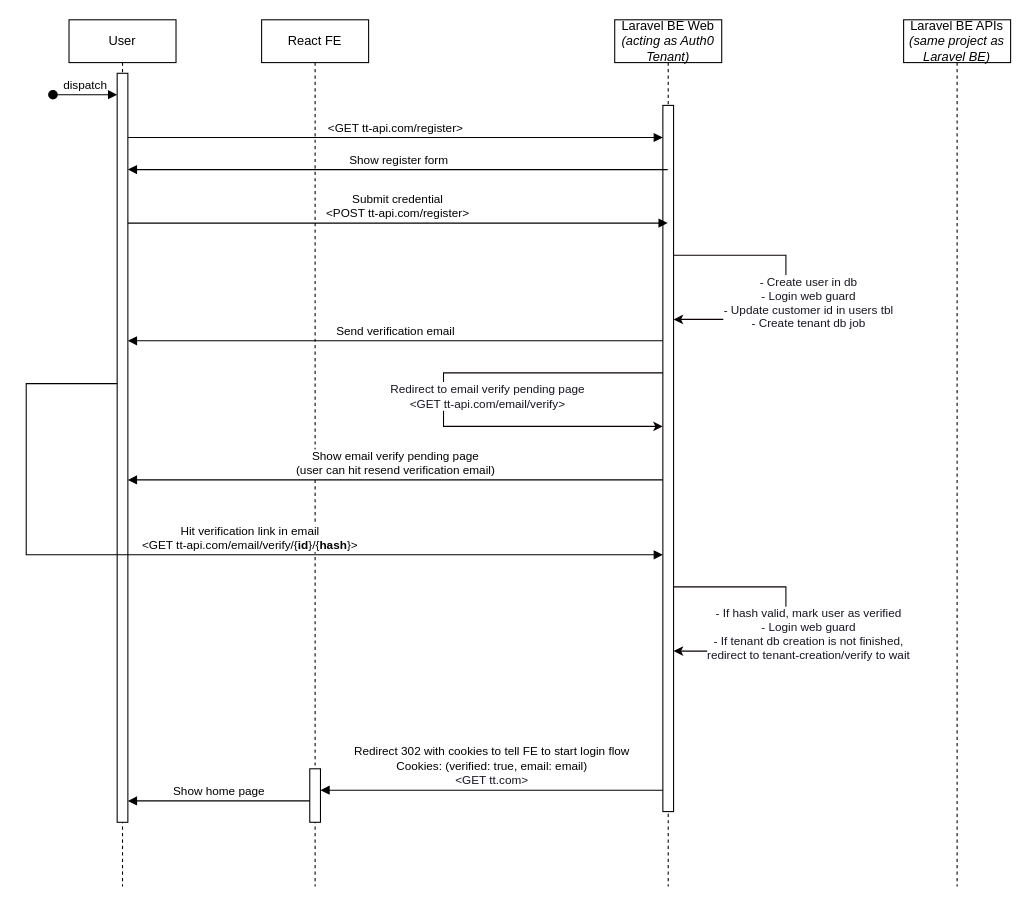
socrec/restauai-thesis-paper keeps this draw.io diagram as TT Registration Flow.drawio. Above is the earlier version. Source tidied: cells renumbered, new cells numbered last; positions are measured from the earlier drawing's top-left corner, leaving out a move shared by most shapes. Both pictures are drawn from the tidied source at 107%, with x=0, y=0 at pixel (26, 19).
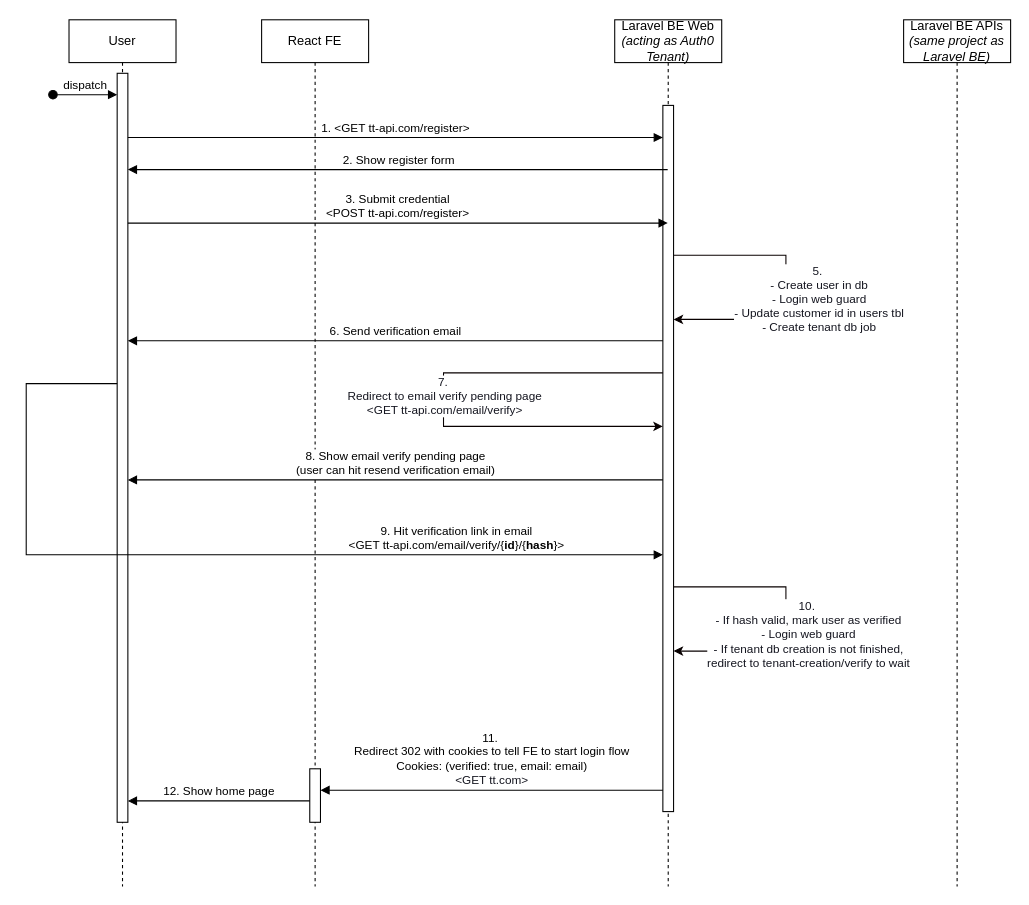
Above is the later version.

Unchanged cells that the change refers to:
```xml
<mxCell id="3" style="html=1;points=[];perimeter=orthogonalPerimeter;outlineConnect=0;targetShapes=umlLifeline;portConstraint=eastwest;newEdgeStyle={&quot;edgeStyle&quot;:&quot;elbowEdgeStyle&quot;,&quot;elbow&quot;:&quot;vertical&quot;,&quot;curved&quot;:0,&quot;rounded&quot;:0};" parent="2" vertex="1">
  <mxGeometry x="45" y="50" width="10" height="700" as="geometry" />
</mxCell>
<mxCell id="6" style="html=1;points=[];perimeter=orthogonalPerimeter;outlineConnect=0;targetShapes=umlLifeline;portConstraint=eastwest;newEdgeStyle={&quot;edgeStyle&quot;:&quot;elbowEdgeStyle&quot;,&quot;elbow&quot;:&quot;vertical&quot;,&quot;curved&quot;:0,&quot;rounded&quot;:0};" parent="5" vertex="1">
  <mxGeometry x="45" y="700" width="10" height="50" as="geometry" />
</mxCell>
<mxCell id="7" value="Laravel BE Web&lt;br&gt;&lt;i&gt;(acting as Auth0 Tenant)&lt;/i&gt;" style="shape=umlLifeline;perimeter=lifelinePerimeter;whiteSpace=wrap;html=1;outlineConnect=0;portConstraint=eastwest;newEdgeStyle={&quot;edgeStyle&quot;:&quot;elbowEdgeStyle&quot;,&quot;elbow&quot;:&quot;vertical&quot;,&quot;curved&quot;:0,&quot;rounded&quot;:0};" parent="1" vertex="1">
  <mxGeometry x="550" width="100" height="810" as="geometry" />
</mxCell>
<mxCell id="8" style="html=1;points=[];perimeter=orthogonalPerimeter;outlineConnect=0;targetShapes=umlLifeline;portConstraint=eastwest;newEdgeStyle={&quot;edgeStyle&quot;:&quot;elbowEdgeStyle&quot;,&quot;elbow&quot;:&quot;vertical&quot;,&quot;curved&quot;:0,&quot;rounded&quot;:0};" parent="7" vertex="1">
  <mxGeometry x="45" y="80" width="10" height="660" as="geometry" />
</mxCell>
<mxCell id="9" style="endArrow=classic;html=1;rounded=0;strokeColor=#080000;fontColor=#393C56;fillColor=#F2CC8F;startSize=6;" parent="7" edge="1" source="8" target="8">
  <mxGeometry relative="1" as="geometry">
    <Array as="points">
      <mxPoint x="160" y="220" />
      <mxPoint x="160" y="280" />
    </Array>
  </mxGeometry>
</mxCell>
<mxCell id="11" style="endArrow=classic;html=1;rounded=0;strokeColor=#080000;fontColor=#393C56;fillColor=#F2CC8F;" parent="7" edge="1" source="8" target="8">
  <mxGeometry relative="1" as="geometry">
    <Array as="points">
      <mxPoint x="-160" y="330" />
      <mxPoint x="-160" y="380" />
    </Array>
  </mxGeometry>
</mxCell>
<mxCell id="22" style="endArrow=classic;html=1;rounded=0;strokeColor=#080000;fontColor=#393C56;fillColor=#F2CC8F;startSize=6;" parent="1" edge="1">
  <mxGeometry relative="1" as="geometry">
    <mxPoint x="605" y="530" as="sourcePoint" />
    <mxPoint x="605" y="590" as="targetPoint" />
    <Array as="points">
      <mxPoint x="710" y="530" />
      <mxPoint x="710" y="590" />
    </Array>
  </mxGeometry>
</mxCell>
```

Diff of the diagram source:
```diff
@@
-    <mxCell id="10" value="- Create user in db&lt;br&gt;- Login web guard&lt;br&gt;&lt;div&gt;- Update customer id in users tbl&lt;br&gt;- Create tenant db job&lt;br&gt;&lt;br&gt;&lt;/div&gt;" style="edgeLabel;html=1;align=center;verticalAlign=middle;strokeColor=#E07A5F;fontColor=#14151F;fillColor=#F2CC8F;" parent="9" vertex="1">
+    <mxCell id="10" value="5.&amp;nbsp;&lt;br&gt;- Create user in db&lt;br&gt;- Login web guard&lt;br&gt;&lt;div&gt;- Update customer id in users tbl&lt;br&gt;- Create tenant db job&lt;br&gt;&lt;/div&gt;" style="edgeLabel;html=1;align=center;verticalAlign=middle;strokeColor=#E07A5F;fontColor=#14151F;fillColor=#F2CC8F;" parent="9" vertex="1">
       <mxGeometry x="-0.1" y="1" relative="1" as="geometry">
-        <mxPoint x="19" y="33" as="offset" />
+        <mxPoint x="29" y="23" as="offset" />
       </mxGeometry>
     </mxCell>
@@
-    <mxCell id="12" value="Redirect to email verify pending page&lt;br&gt;&amp;lt;GET tt-api.com/email/verify&amp;gt;" style="edgeLabel;html=1;align=center;verticalAlign=middle;strokeColor=#E07A5F;fontColor=#14151F;fillColor=#F2CC8F;" parent="11" vertex="1">
+    <mxCell id="12" value="7.&amp;nbsp;&lt;div&gt;Redirect to email verify pending page&lt;br&gt;&amp;lt;GET tt-api.com/email/verify&amp;gt;&lt;/div&gt;" style="edgeLabel;html=1;align=center;verticalAlign=middle;strokeColor=#E07A5F;fontColor=#14151F;fillColor=#F2CC8F;" parent="11" vertex="1">
       <mxGeometry x="-0.1" y="1" relative="1" as="geometry">
-        <mxPoint x="39" y="19" as="offset" />
+        <mxPoint x="-1" y="19" as="offset" />
       </mxGeometry>
     </mxCell>
@@
-    <mxCell id="14" value="Show register form" style="html=1;verticalAlign=bottom;endArrow=block;edgeStyle=elbowEdgeStyle;elbow=vertical;curved=0;rounded=0;" parent="1" edge="1" source="7">
+    <mxCell id="14" value="2. Show register form" style="html=1;verticalAlign=bottom;endArrow=block;edgeStyle=elbowEdgeStyle;elbow=vertical;curved=0;rounded=0;" parent="1" edge="1" source="7">
       <mxGeometry relative="1" as="geometry">
         <mxPoint x="95" y="140" as="targetPoint" />
         <Array as="points">
           <mxPoint x="190" y="140" />
         </Array>
       </mxGeometry>
     </mxCell>
-    <mxCell id="15" value="Submit credential&lt;br&gt;&amp;lt;POST tt-api.com/register&amp;gt;" style="html=1;verticalAlign=bottom;endArrow=block;edgeStyle=elbowEdgeStyle;elbow=vertical;curved=0;rounded=0;" parent="1" edge="1" target="7">
+    <mxCell id="15" value="3. Submit credential&lt;br&gt;&amp;lt;POST tt-api.com/register&amp;gt;" style="html=1;verticalAlign=bottom;endArrow=block;edgeStyle=elbowEdgeStyle;elbow=vertical;curved=0;rounded=0;" parent="1" edge="1" target="7">
       <mxGeometry relative="1" as="geometry">
         <mxPoint x="95" y="190" as="sourcePoint" />
         <Array as="points">
           <mxPoint x="200" y="190" />
         </Array>
       </mxGeometry>
     </mxCell>
-    <mxCell id="16" value="Redirect 302 with cookies to tell FE to start login flow&lt;br&gt;Cookies: (verified: true, email: email)&lt;br&gt;&lt;span style=&quot;color: rgb(20, 21, 31);&quot;&gt;&amp;lt;GET tt.com&amp;gt;&lt;/span&gt;" style="html=1;verticalAlign=bottom;endArrow=block;edgeStyle=elbowEdgeStyle;elbow=vertical;curved=0;rounded=0;" parent="1" edge="1" target="6">
+    <mxCell id="16" value="11.&amp;nbsp;&lt;div&gt;Redirect 302 with cookies to tell FE to start login flow&lt;br&gt;Cookies: (verified: true, email: email)&lt;br&gt;&lt;span style=&quot;color: rgb(20, 21, 31);&quot;&gt;&amp;lt;GET tt.com&amp;gt;&lt;/span&gt;&lt;/div&gt;" style="html=1;verticalAlign=bottom;endArrow=block;edgeStyle=elbowEdgeStyle;elbow=vertical;curved=0;rounded=0;" parent="1" edge="1" target="6">
       <mxGeometry relative="1" as="geometry">
         <mxPoint x="595" y="720" as="sourcePoint" />
         <Array as="points">
           <mxPoint x="360" y="720" />
         </Array>
       </mxGeometry>
     </mxCell>
-    <mxCell id="17" value="Show home page" style="html=1;verticalAlign=bottom;endArrow=block;edgeStyle=elbowEdgeStyle;elbow=vertical;curved=0;rounded=0;" parent="1" edge="1" source="6" target="3">
+    <mxCell id="17" value="12. Show home page" style="html=1;verticalAlign=bottom;endArrow=block;edgeStyle=elbowEdgeStyle;elbow=vertical;curved=0;rounded=0;" parent="1" edge="1" source="6" target="3">
       <mxGeometry relative="1" as="geometry">
         <Array as="points">
           <mxPoint x="190" y="730" />
         </Array>
       </mxGeometry>
     </mxCell>
-    <mxCell id="18" value="&amp;lt;GET tt-api.com/register&amp;gt;" style="html=1;verticalAlign=bottom;endArrow=block;edgeStyle=elbowEdgeStyle;elbow=vertical;curved=0;rounded=0;" parent="1" edge="1" source="3" target="8">
+    <mxCell id="18" value="1. &amp;lt;GET tt-api.com/register&amp;gt;" style="html=1;verticalAlign=bottom;endArrow=block;edgeStyle=elbowEdgeStyle;elbow=vertical;curved=0;rounded=0;" parent="1" edge="1" source="3" target="8">
       <mxGeometry relative="1" as="geometry">
         <Array as="points">
           <mxPoint x="200" y="110" />
         </Array>
       </mxGeometry>
     </mxCell>
-    <mxCell id="19" value="Send verification email" style="html=1;verticalAlign=bottom;endArrow=block;edgeStyle=elbowEdgeStyle;elbow=vertical;curved=0;rounded=0;" parent="1" edge="1" source="8" target="3">
+    <mxCell id="19" value="6. Send verification email" style="html=1;verticalAlign=bottom;endArrow=block;edgeStyle=elbowEdgeStyle;elbow=vertical;curved=0;rounded=0;" parent="1" edge="1" source="8" target="3">
       <mxGeometry relative="1" as="geometry">
         <Array as="points">
           <mxPoint x="195" y="300" />
         </Array>
       </mxGeometry>
     </mxCell>
-    <mxCell id="20" value="Show email verify pending page&lt;br&gt;(user can hit resend verification email)" style="html=1;verticalAlign=bottom;endArrow=block;edgeStyle=elbowEdgeStyle;elbow=vertical;curved=0;rounded=0;" parent="1" edge="1" source="8" target="3">
+    <mxCell id="20" value="8. Show email verify pending page&lt;br&gt;(user can hit resend verification email)" style="html=1;verticalAlign=bottom;endArrow=block;edgeStyle=elbowEdgeStyle;elbow=vertical;curved=0;rounded=0;" parent="1" edge="1" source="8" target="3">
       <mxGeometry relative="1" as="geometry">
         <Array as="points">
           <mxPoint x="200" y="430" />
         </Array>
       </mxGeometry>
     </mxCell>
-    <mxCell id="21" value="Hit verification link in email&lt;br&gt;&amp;lt;GET tt-api.com/email/verify/{&lt;b&gt;id&lt;/b&gt;}/{&lt;b&gt;hash&lt;/b&gt;}&amp;gt;" style="html=1;verticalAlign=bottom;endArrow=block;edgeStyle=orthogonalEdgeStyle;elbow=vertical;rounded=0;" parent="1" edge="1" source="3" target="8">
-      <mxGeometry x="0.08" relative="1" as="geometry">
+    <mxCell id="21" value="9. Hit verification link in email&lt;br&gt;&amp;lt;GET tt-api.com/email/verify/{&lt;b&gt;id&lt;/b&gt;}/{&lt;b&gt;hash&lt;/b&gt;}&amp;gt;" style="html=1;verticalAlign=bottom;endArrow=block;edgeStyle=orthogonalEdgeStyle;elbow=vertical;rounded=0;" parent="1" edge="1" source="3" target="8">
+      <mxGeometry x="0.54" relative="1" as="geometry">
         <Array as="points">
           <mxPoint y="340" />
           <mxPoint y="500" />
         </Array>
       </mxGeometry>
     </mxCell>
@@
-    <mxCell id="23" value="- If hash valid, mark user as verified&lt;br&gt;- Login web guard&lt;br&gt;&lt;div&gt;- If tenant db creation is not finished, &lt;br&gt;redirect to&amp;nbsp;tenant-creation/verify to wait&lt;br&gt;&lt;br&gt;&lt;/div&gt;" style="edgeLabel;html=1;align=center;verticalAlign=middle;strokeColor=#E07A5F;fontColor=#14151F;fillColor=#F2CC8F;" parent="22" vertex="1">
+    <mxCell id="23" value="10.&amp;nbsp;&lt;div&gt;- If hash valid, mark user as verified&lt;br&gt;- Login web guard&lt;br&gt;&lt;div&gt;- If tenant db creation is not finished, &lt;br&gt;redirect to&amp;nbsp;tenant-creation/verify to wait&lt;br&gt;&lt;br&gt;&lt;/div&gt;&lt;/div&gt;" style="edgeLabel;html=1;align=center;verticalAlign=middle;strokeColor=#E07A5F;fontColor=#14151F;fillColor=#F2CC8F;" parent="22" vertex="1">
       <mxGeometry x="-0.1" y="1" relative="1" as="geometry">
         <mxPoint x="19" y="33" as="offset" />
       </mxGeometry>
     </mxCell>
```
